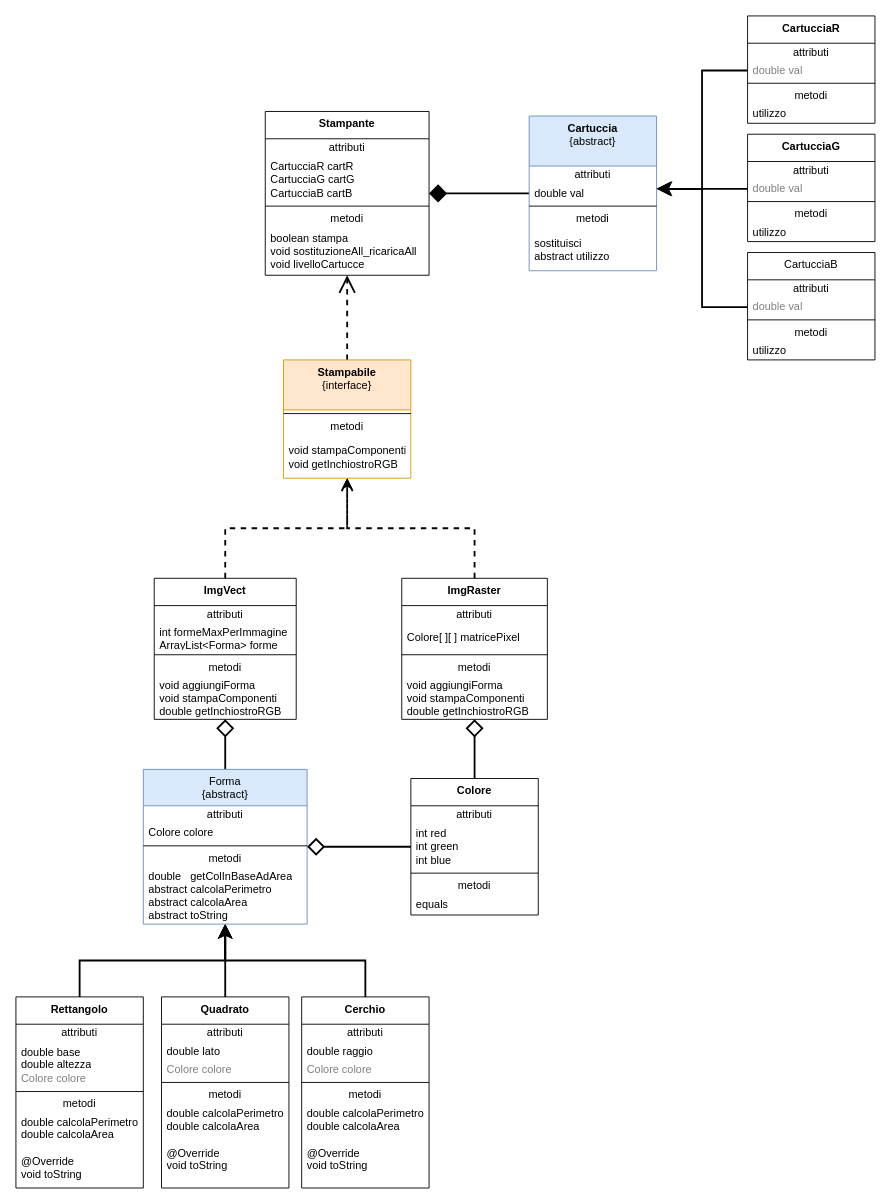
ilDema/Stampante keeps this draw.io diagram as UML di stampante.drawio. Above is the earlier version. Source tidied: cells renumbered, new cells numbered last; positions are measured from the earlier drawing's top-left corner, leaving out a move shared by most shapes. Both pictures are drawn from the tidied source at 91%, with x=0, y=0 at pixel (15, 15).
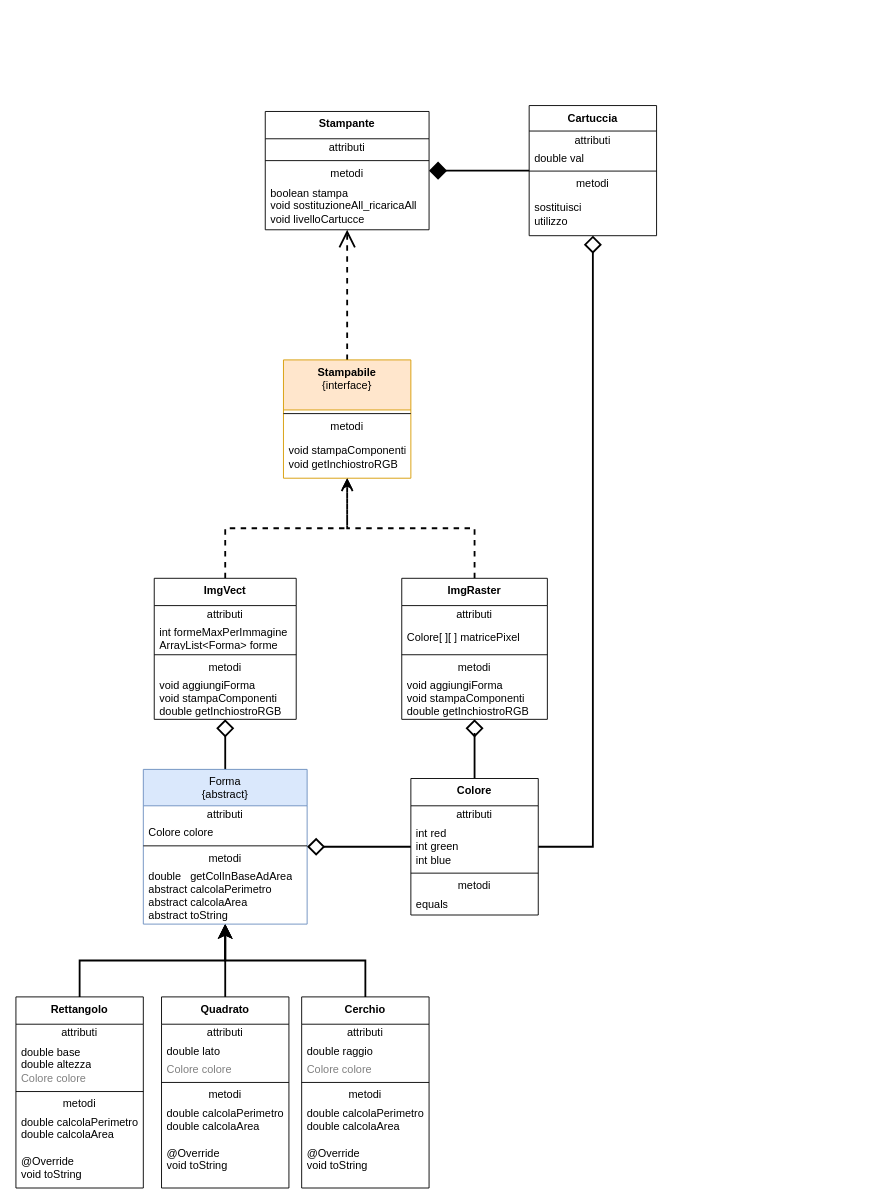
Above is the later version.

Unchanged cells that the change refers to:
```xml
<mxCell id="42" value="&lt;b&gt;Colore&lt;/b&gt;" style="swimlane;fontStyle=0;align=center;verticalAlign=top;horizontal=1;startSize=30;html=1;whiteSpace=wrap;" parent="1" vertex="1">
  <mxGeometry x="434" y="838" width="140" height="150" as="geometry" />
</mxCell>
<mxCell id="86" value="&lt;b&gt;ImgRaster&lt;/b&gt;" style="swimlane;fontStyle=0;align=center;verticalAlign=top;horizontal=1;startSize=30;html=1;whiteSpace=wrap;" parent="1" vertex="1">
  <mxGeometry x="424" y="618" width="160" height="155" as="geometry" />
</mxCell>
```

The edit, as a diff of the source:
```diff
@@
     <mxCell id="9" value="&lt;b&gt;Stampante&lt;/b&gt;&lt;div&gt;&lt;br/&gt;&lt;/div&gt;" style="swimlane;fontStyle=0;align=center;verticalAlign=top;horizontal=1;startSize=30;html=1;whiteSpace=wrap;" parent="1" vertex="1">
-      <mxGeometry x="274" y="105" width="180" height="180" as="geometry" />
+      <mxGeometry x="274" y="105" width="180" height="130" as="geometry" />
     </mxCell>
@@
-    <mxCell id="11" value="CartucciaR cartR&lt;div&gt;CartucciaG cartG&lt;/div&gt;&lt;div&gt;CartucciaB cartB&lt;/div&gt;" style="text;html=1;strokeColor=none;fillColor=none;align=left;verticalAlign=middle;spacingLeft=4;spacingRight=4;overflow=hidden;whiteSpace=wrap;" parent="9" vertex="1">
-      <mxGeometry y="50" width="180" height="50" as="geometry" />
-    </mxCell>
     <mxCell id="12" style="line;strokeWidth=1;fillColor=none;align=left;verticalAlign=middle;spacingTop=-1;spacingLeft=3;spacingRight=3;labelPosition=right;" parent="9" vertex="1">
-      <mxGeometry y="100" width="180" height="8" as="geometry" />
+      <mxGeometry y="50" width="180" height="8" as="geometry" />
     </mxCell>
     <mxCell id="13" value="metodi" style="text;html=1;strokeColor=none;fillColor=none;align=center;verticalAlign=middle;spacingLeft=4;spacingRight=4;overflow=hidden;whiteSpace=wrap;" parent="9" vertex="1">
-      <mxGeometry y="108" width="180" height="20" as="geometry" />
+      <mxGeometry y="58" width="180" height="20" as="geometry" />
     </mxCell>
     <mxCell id="14" value="boolean stampa&lt;div&gt;void sostituzioneAll_ricaricaAll&lt;/div&gt;&lt;div&gt;void livelloCartucce&lt;/div&gt;" style="text;html=1;strokeColor=none;fillColor=none;align=left;verticalAlign=middle;spacingLeft=4;spacingRight=4;overflow=hidden;whiteSpace=wrap;" parent="9" vertex="1">
-      <mxGeometry y="128" width="180" height="52" as="geometry" />
+      <mxGeometry y="78" width="180" height="52" as="geometry" />
     </mxCell>
@@
-    <mxCell id="16" value="&lt;b&gt;Cartuccia&lt;/b&gt;&lt;br&gt;{abstract}" style="swimlane;fontStyle=0;align=center;verticalAlign=top;horizontal=1;startSize=55;html=1;whiteSpace=wrap;fillColor=#dae8fc;strokeColor=#6c8ebf;" parent="1" vertex="1">
-      <mxGeometry x="564" y="110" width="140" height="170" as="geometry" />
+    <mxCell id="16" value="&lt;b&gt;Cartuccia&lt;/b&gt;" style="swimlane;fontStyle=0;align=center;verticalAlign=top;horizontal=1;startSize=28;html=1;whiteSpace=wrap;" parent="1" vertex="1">
+      <mxGeometry x="564" y="98.5" width="140" height="143" as="geometry" />
     </mxCell>
     <mxCell id="17" value="attributi" style="text;html=1;strokeColor=none;fillColor=none;align=center;verticalAlign=middle;spacingLeft=4;spacingRight=4;overflow=hidden;whiteSpace=wrap;" parent="16" vertex="1">
-      <mxGeometry y="55" width="140" height="20" as="geometry" />
+      <mxGeometry y="28" width="140" height="20" as="geometry" />
     </mxCell>
     <mxCell id="18" value="double val" style="text;html=1;strokeColor=none;fillColor=none;align=left;verticalAlign=middle;spacingLeft=4;spacingRight=4;overflow=hidden;points=[[0,0.5],[1,0.5]];portConstraint=eastwest;whiteSpace=wrap;" parent="16" vertex="1">
-      <mxGeometry y="75" width="140" height="20" as="geometry" />
+      <mxGeometry y="48" width="140" height="20" as="geometry" />
     </mxCell>
     <mxCell id="19" style="line;strokeWidth=1;fillColor=none;align=left;verticalAlign=middle;spacingTop=-1;spacingLeft=3;spacingRight=3;labelPosition=right;" parent="16" vertex="1">
-      <mxGeometry y="95" width="140" height="8" as="geometry" />
+      <mxGeometry y="68" width="140" height="8" as="geometry" />
     </mxCell>
     <mxCell id="20" value="metodi" style="text;html=1;strokeColor=none;fillColor=none;align=center;verticalAlign=middle;spacingLeft=4;spacingRight=4;overflow=hidden;whiteSpace=wrap;" parent="16" vertex="1">
-      <mxGeometry y="103" width="140" height="20" as="geometry" />
+      <mxGeometry y="76" width="140" height="20" as="geometry" />
     </mxCell>
-    <mxCell id="21" value="sostituisci&lt;div&gt;abstract utilizzo&lt;/div&gt;" style="text;html=1;strokeColor=none;fillColor=none;align=left;verticalAlign=middle;spacingLeft=4;spacingRight=4;overflow=hidden;whiteSpace=wrap;" parent="16" vertex="1">
-      <mxGeometry y="123" width="140" height="47" as="geometry" />
+    <mxCell id="21" value="sostituisci&lt;div&gt;utilizzo&lt;/div&gt;" style="text;html=1;strokeColor=none;fillColor=none;align=left;verticalAlign=middle;spacingLeft=4;spacingRight=4;overflow=hidden;whiteSpace=wrap;" parent="16" vertex="1">
+      <mxGeometry y="96" width="140" height="47" as="geometry" />
     </mxCell>
-    <mxCell id="22" value="&lt;b&gt;CartucciaR&lt;/b&gt;" style="swimlane;fontStyle=0;align=center;verticalAlign=top;horizontal=1;startSize=30;html=1;whiteSpace=wrap;" parent="1" vertex="1">
-      <mxGeometry x="804" width="140" height="118" as="geometry" />
-    </mxCell>
-    <mxCell id="23" value="attributi" style="text;html=1;strokeColor=none;fillColor=none;align=center;verticalAlign=middle;spacingLeft=4;spacingRight=4;overflow=hidden;whiteSpace=wrap;" parent="22" vertex="1">
-      <mxGeometry y="30" width="140" height="20" as="geometry" />
-    </mxCell>
-    <mxCell id="24" style="edgeStyle=orthogonalEdgeStyle;rounded=0;jettySize=auto;html=1;exitX=0;exitY=0.5;exitDx=0;exitDy=0;endSize=10;strokeWidth=2;" parent="22" edge="1" source="25">
-      <mxGeometry relative="1" as="geometry">
-        <mxPoint x="-100" y="190" as="targetPoint" />
-        <Array as="points">
-          <mxPoint x="-50" y="60" />
-          <mxPoint x="-50" y="190" />
-        </Array>
-      </mxGeometry>
-    </mxCell>
-    <mxCell id="25" value="double val" style="text;html=1;strokeColor=none;fillColor=none;align=left;verticalAlign=middle;spacingLeft=4;spacingRight=4;overflow=hidden;points=[[0,0.5],[1,0.5]];portConstraint=eastwest;fontColor=#808080;whiteSpace=wrap;" parent="22" vertex="1">
-      <mxGeometry y="50" width="140" height="20" as="geometry" />
-    </mxCell>
-    <mxCell id="26" style="line;strokeWidth=1;fillColor=none;align=left;verticalAlign=middle;spacingTop=-1;spacingLeft=3;spacingRight=3;labelPosition=right;" parent="22" vertex="1">
-      <mxGeometry y="70" width="140" height="8" as="geometry" />
-    </mxCell>
-    <mxCell id="27" value="metodi" style="text;html=1;strokeColor=none;fillColor=none;align=center;verticalAlign=middle;spacingLeft=4;spacingRight=4;overflow=hidden;whiteSpace=wrap;" parent="22" vertex="1">
-      <mxGeometry y="78" width="140" height="20" as="geometry" />
-    </mxCell>
-    <mxCell id="28" value="utilizzo" style="text;html=1;strokeColor=none;fillColor=none;align=left;verticalAlign=middle;spacingLeft=4;spacingRight=4;overflow=hidden;whiteSpace=wrap;" parent="22" vertex="1">
-      <mxGeometry y="98" width="140" height="20" as="geometry" />
-    </mxCell>
-    <mxCell id="29" value="&lt;b&gt;CartucciaG&lt;/b&gt;" style="swimlane;fontStyle=0;align=center;verticalAlign=top;horizontal=1;startSize=30;html=1;whiteSpace=wrap;" parent="1" vertex="1">
-      <mxGeometry x="804" y="130" width="140" height="118" as="geometry" />
-    </mxCell>
-    <mxCell id="30" value="attributi" style="text;html=1;strokeColor=none;fillColor=none;align=center;verticalAlign=middle;spacingLeft=4;spacingRight=4;overflow=hidden;whiteSpace=wrap;" parent="29" vertex="1">
-      <mxGeometry y="30" width="140" height="20" as="geometry" />
-    </mxCell>
-    <mxCell id="31" value="double val" style="text;html=1;strokeColor=none;fillColor=none;align=left;verticalAlign=middle;spacingLeft=4;spacingRight=4;overflow=hidden;points=[[0,0.5],[1,0.5]];portConstraint=eastwest;fontColor=#808080;whiteSpace=wrap;" parent="29" vertex="1">
-      <mxGeometry y="50" width="140" height="20" as="geometry" />
-    </mxCell>
-    <mxCell id="32" style="line;strokeWidth=1;fillColor=none;align=left;verticalAlign=middle;spacingTop=-1;spacingLeft=3;spacingRight=3;labelPosition=right;" parent="29" vertex="1">
-      <mxGeometry y="70" width="140" height="8" as="geometry" />
-    </mxCell>
-    <mxCell id="33" value="metodi" style="text;html=1;strokeColor=none;fillColor=none;align=center;verticalAlign=middle;spacingLeft=4;spacingRight=4;overflow=hidden;whiteSpace=wrap;" parent="29" vertex="1">
-      <mxGeometry y="78" width="140" height="20" as="geometry" />
-    </mxCell>
-    <mxCell id="34" value="utilizzo" style="text;html=1;strokeColor=none;fillColor=none;align=left;verticalAlign=middle;spacingLeft=4;spacingRight=4;overflow=hidden;whiteSpace=wrap;" parent="29" vertex="1">
-      <mxGeometry y="98" width="140" height="20" as="geometry" />
-    </mxCell>
-    <mxCell id="35" value="CartucciaB" style="swimlane;fontStyle=0;align=center;verticalAlign=top;horizontal=1;startSize=30;html=1;whiteSpace=wrap;" parent="1" vertex="1">
-      <mxGeometry x="804" y="260" width="140" height="118" as="geometry" />
-    </mxCell>
-    <mxCell id="36" value="attributi" style="text;html=1;strokeColor=none;fillColor=none;align=center;verticalAlign=middle;spacingLeft=4;spacingRight=4;overflow=hidden;whiteSpace=wrap;" parent="35" vertex="1">
-      <mxGeometry y="30" width="140" height="20" as="geometry" />
-    </mxCell>
-    <mxCell id="37" value="double val" style="text;html=1;strokeColor=none;fillColor=none;align=left;verticalAlign=middle;spacingLeft=4;spacingRight=4;overflow=hidden;points=[[0,0.5],[1,0.5]];portConstraint=eastwest;fontColor=#808080;whiteSpace=wrap;" parent="35" vertex="1">
-      <mxGeometry y="50" width="140" height="20" as="geometry" />
-    </mxCell>
-    <mxCell id="38" style="line;strokeWidth=1;fillColor=none;align=left;verticalAlign=middle;spacingTop=-1;spacingLeft=3;spacingRight=3;labelPosition=right;" parent="35" vertex="1">
-      <mxGeometry y="70" width="140" height="8" as="geometry" />
-    </mxCell>
-    <mxCell id="39" value="metodi" style="text;html=1;strokeColor=none;fillColor=none;align=center;verticalAlign=middle;spacingLeft=4;spacingRight=4;overflow=hidden;whiteSpace=wrap;" parent="35" vertex="1">
-      <mxGeometry y="78" width="140" height="20" as="geometry" />
-    </mxCell>
-    <mxCell id="40" value="utilizzo" style="text;html=1;strokeColor=none;fillColor=none;align=left;verticalAlign=middle;spacingLeft=4;spacingRight=4;overflow=hidden;whiteSpace=wrap;" parent="35" vertex="1">
-      <mxGeometry y="98" width="140" height="20" as="geometry" />
-    </mxCell>
     <mxCell id="41" style="edgeStyle=orthogonalEdgeStyle;rounded=0;jettySize=auto;html=1;exitX=0.5;exitY=0;exitDx=0;exitDy=0;entryX=0.5;entryY=1;entryDx=0;entryDy=0;endSize=15;strokeWidth=2;endArrow=diamond;endFill=0;" parent="1" edge="1" source="42" target="86">
-      <mxGeometry relative="1" as="geometry" />
+      <mxGeometry relative="1" as="geometry">
+        <Array as="points">
+          <mxPoint x="504" y="788" />
+          <mxPoint x="504" y="788" />
+        </Array>
+      </mxGeometry>
     </mxCell>
@@
-    <mxCell id="60" style="edgeStyle=orthogonalEdgeStyle;rounded=0;jettySize=auto;html=1;exitX=0;exitY=0.5;exitDx=0;exitDy=0;entryX=1.008;entryY=0.25;entryDx=0;entryDy=0;entryPerimeter=0;endSize=10;strokeWidth=2;" parent="1" edge="1" source="31" target="18">
-      <mxGeometry relative="1" as="geometry" />
-    </mxCell>
-    <mxCell id="61" style="edgeStyle=orthogonalEdgeStyle;rounded=0;jettySize=auto;html=1;exitX=0;exitY=0.5;exitDx=0;exitDy=0;entryX=1;entryY=0.25;entryDx=0;entryDy=0;entryPerimeter=0;endSize=10;strokeWidth=2;" parent="1" edge="1" source="37" target="18">
-      <mxGeometry relative="1" as="geometry" />
-    </mxCell>
@@
+    <mxCell id="93" style="edgeStyle=orthogonalEdgeStyle;rounded=0;jettySize=auto;html=1;endSize=15;strokeWidth=2;endArrow=diamond;endFill=0;" parent="1" edge="1" source="42" target="16">
+      <mxGeometry relative="1" as="geometry">
+        <Array as="points">
+          <mxPoint x="634" y="913" />
+        </Array>
+      </mxGeometry>
+    </mxCell>
```
